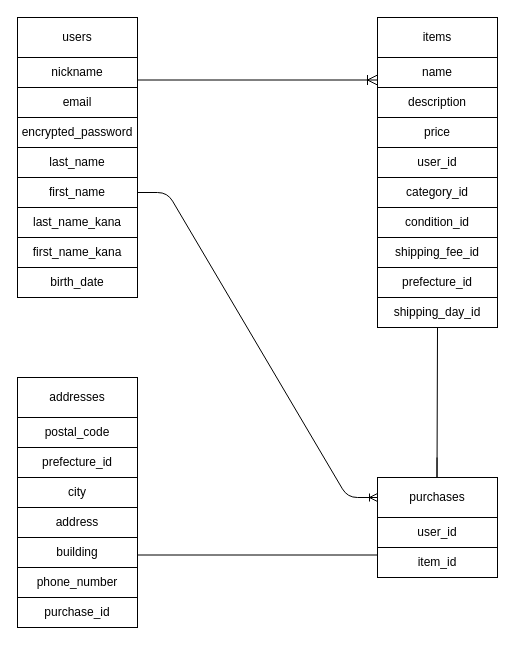
Above: ER.dio in shou130521/furima-47305 (draw.io), before the change. Source tidied: cells renumbered, new cells numbered last; positions are measured from the earlier drawing's top-left corner, leaving out a move shared by most shapes. Both pictures are drawn from the tidied source at 100%, with x=0, y=0 at pixel (17, 17).
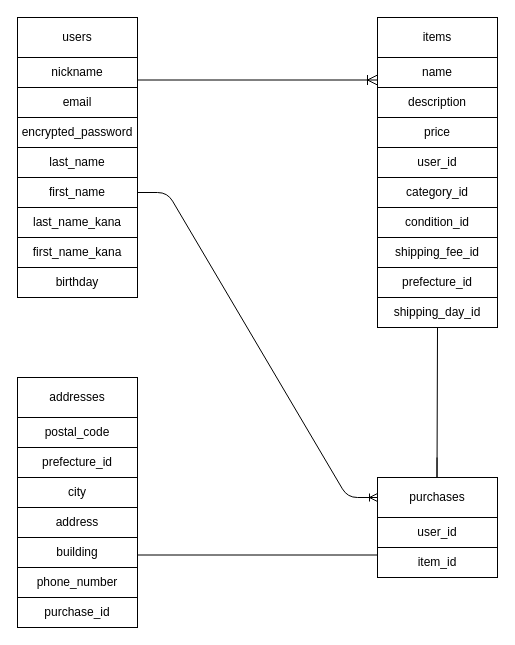
The same diagram, later.

What changed in the source:
```diff
@@
-    <mxCell id="25" value="birth_date" style="rounded=0;whiteSpace=wrap;html=1;" parent="1" vertex="1">
+    <mxCell id="25" value="birthday" style="rounded=0;whiteSpace=wrap;html=1;" parent="1" vertex="1">
       <mxGeometry y="250" width="120" height="30" as="geometry" />
     </mxCell>
```
